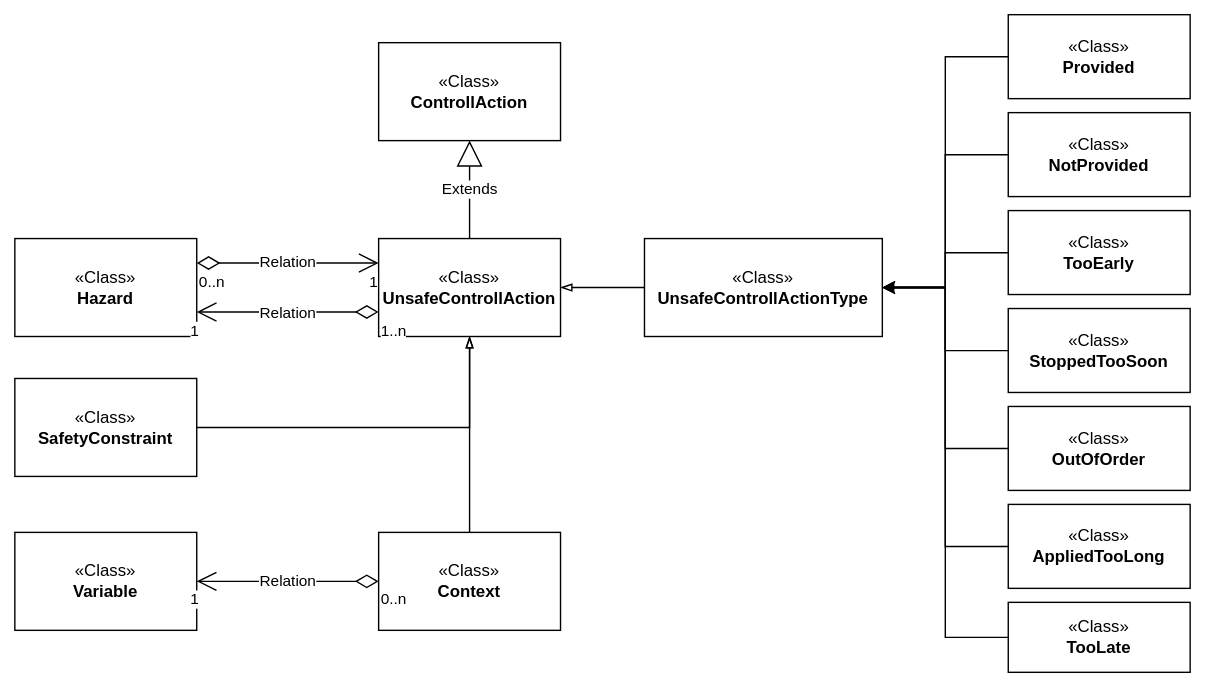
This is img/STPA_step3.drawio.svg from Micro-STAMP/MicroSTAMP-Step3-Backend, a draw.io export, as it was before one commit. Source tidied: cells renumbered, new cells last; positions are measured from the earlier drawing's top-left corner, leaving out a move shared by most shapes.
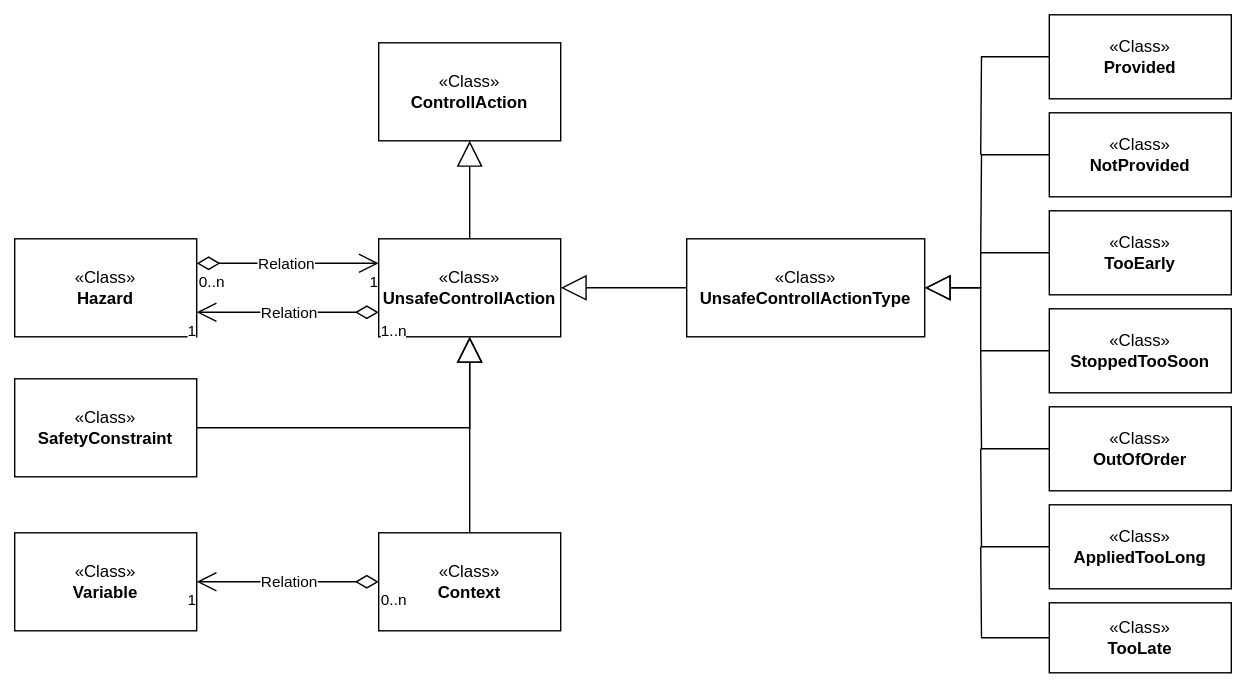
Above is the later version.

Commit message:
Atualizando os diagramas

Change to the diagram source:
```diff
@@ -11,7 +11,7 @@
     <mxCell id="4" value="«Class»&lt;br&gt;&lt;b&gt;ControllAction&lt;/b&gt;" style="html=1;whiteSpace=wrap;" parent="1" vertex="1">
       <mxGeometry x="260" y="20" width="130" height="70" as="geometry" />
     </mxCell>
-    <mxCell id="5" value="Extends" style="endArrow=block;endSize=16;endFill=0;html=1;rounded=0;entryX=0.5;entryY=1;entryDx=0;entryDy=0;exitX=0.5;exitY=0;exitDx=0;exitDy=0;" parent="1" edge="1" source="3" target="4">
+    <mxCell id="5" style="endArrow=block;endSize=16;endFill=0;html=1;rounded=0;entryX=0.5;entryY=1;entryDx=0;entryDy=0;exitX=0.5;exitY=0;exitDx=0;exitDy=0;" parent="1" edge="1" source="3" target="4">
       <mxGeometry relative="1" as="geometry" />
     </mxCell>
     <mxCell id="6" value="Relation" style="endArrow=open;html=1;endSize=12;startArrow=diamondThin;startSize=14;startFill=0;edgeStyle=orthogonalEdgeStyle;rounded=0;exitX=1;exitY=0.25;exitDx=0;exitDy=0;entryX=0;entryY=0.25;entryDx=0;entryDy=0;" parent="1" edge="1" source="2" target="3">
@@ -32,81 +32,101 @@
     <mxCell id="11" value="1" style="edgeLabel;html=1;align=right;verticalAlign=top;" parent="9" vertex="1">
       <mxGeometry x="1" relative="1" as="geometry" />
     </mxCell>
-    <mxCell id="12" style="edgeStyle=orthogonalEdgeStyle;rounded=0;jettySize=auto;html=1;entryX=1;entryY=0.5;entryDx=0;entryDy=0;endArrow=blockThin;endFill=0;" parent="1" edge="1" source="13" target="3">
-      <mxGeometry relative="1" as="geometry" />
+    <mxCell id="12" value="«Class»&lt;br&gt;&lt;b&gt;UnsafeControllActionType&lt;/b&gt;" style="html=1;whiteSpace=wrap;" parent="1" vertex="1">
+      <mxGeometry x="480" y="160" width="170" height="70" as="geometry" />
     </mxCell>
-    <mxCell id="13" value="«Class»&lt;br&gt;&lt;b&gt;UnsafeControllActionType&lt;/b&gt;" style="html=1;whiteSpace=wrap;" parent="1" vertex="1">
-      <mxGeometry x="450" y="160" width="170" height="70" as="geometry" />
+    <mxCell id="13" style="edgeStyle=orthogonalEdgeStyle;rounded=0;jettySize=auto;html=1;exitX=0;exitY=0.5;exitDx=0;exitDy=0;endArrow=none;endFill=0;" parent="1" edge="1" source="14">
+      <mxGeometry relative="1" as="geometry">
+        <mxPoint x="690" y="100" as="targetPoint" />
+      </mxGeometry>
     </mxCell>
-    <mxCell id="14" style="edgeStyle=orthogonalEdgeStyle;rounded=0;jettySize=auto;html=1;entryX=1;entryY=0.5;entryDx=0;entryDy=0;" parent="1" edge="1" source="15" target="13">
-      <mxGeometry relative="1" as="geometry" />
+    <mxCell id="14" value="«Class»&lt;br&gt;&lt;b&gt;Provided&lt;/b&gt;" style="html=1;whiteSpace=wrap;" parent="1" vertex="1">
+      <mxGeometry x="739" width="130" height="60" as="geometry" />
     </mxCell>
-    <mxCell id="15" value="«Class»&lt;br&gt;&lt;b&gt;Provided&lt;/b&gt;" style="html=1;whiteSpace=wrap;" parent="1" vertex="1">
-      <mxGeometry x="710" width="130" height="60" as="geometry" />
+    <mxCell id="15" style="edgeStyle=orthogonalEdgeStyle;rounded=0;jettySize=auto;html=1;exitX=0;exitY=0.5;exitDx=0;exitDy=0;endArrow=none;endFill=0;" parent="1" edge="1" source="16">
+      <mxGeometry relative="1" as="geometry">
+        <mxPoint x="690" y="310" as="targetPoint" />
+      </mxGeometry>
     </mxCell>
-    <mxCell id="16" style="edgeStyle=orthogonalEdgeStyle;rounded=0;jettySize=auto;html=1;entryX=1;entryY=0.5;entryDx=0;entryDy=0;" parent="1" edge="1" source="17" target="13">
-      <mxGeometry relative="1" as="geometry" />
+    <mxCell id="16" value="«Class»&lt;br&gt;&lt;b&gt;AppliedTooLong&lt;/b&gt;" style="html=1;whiteSpace=wrap;" parent="1" vertex="1">
+      <mxGeometry x="739" y="350" width="130" height="60" as="geometry" />
     </mxCell>
-    <mxCell id="17" value="«Class»&lt;br&gt;&lt;b&gt;AppliedTooLong&lt;/b&gt;" style="html=1;whiteSpace=wrap;" parent="1" vertex="1">
-      <mxGeometry x="710" y="350" width="130" height="60" as="geometry" />
+    <mxCell id="17" value="«Class»&lt;br&gt;&lt;b&gt;TooEarly&lt;/b&gt;" style="html=1;whiteSpace=wrap;" parent="1" vertex="1">
+      <mxGeometry x="739" y="140" width="130" height="60" as="geometry" />
     </mxCell>
-    <mxCell id="18" style="edgeStyle=orthogonalEdgeStyle;rounded=0;jettySize=auto;html=1;entryX=1;entryY=0.5;entryDx=0;entryDy=0;" parent="1" edge="1" source="19" target="13">
-      <mxGeometry relative="1" as="geometry" />
+    <mxCell id="18" style="edgeStyle=orthogonalEdgeStyle;rounded=0;jettySize=auto;html=1;exitX=0;exitY=0.5;exitDx=0;exitDy=0;endArrow=none;endFill=0;" parent="1" edge="1" source="19">
+      <mxGeometry relative="1" as="geometry">
+        <mxPoint x="690" y="170" as="targetPoint" />
+      </mxGeometry>
     </mxCell>
-    <mxCell id="19" value="«Class»&lt;br&gt;&lt;b&gt;TooEarly&lt;/b&gt;" style="html=1;whiteSpace=wrap;" parent="1" vertex="1">
-      <mxGeometry x="710" y="140" width="130" height="60" as="geometry" />
+    <mxCell id="19" value="«Class»&lt;br&gt;&lt;b&gt;NotProvided&lt;/b&gt;" style="html=1;whiteSpace=wrap;" parent="1" vertex="1">
+      <mxGeometry x="739" y="70" width="130" height="60" as="geometry" />
     </mxCell>
-    <mxCell id="20" style="edgeStyle=orthogonalEdgeStyle;rounded=0;jettySize=auto;html=1;entryX=1;entryY=0.5;entryDx=0;entryDy=0;" parent="1" edge="1" source="21" target="13">
-      <mxGeometry relative="1" as="geometry" />
+    <mxCell id="20" value="«Class»&lt;br&gt;&lt;b&gt;StoppedTooSoon&lt;/b&gt;" style="html=1;whiteSpace=wrap;" parent="1" vertex="1">
+      <mxGeometry x="739" y="210" width="130" height="60" as="geometry" />
     </mxCell>
-    <mxCell id="21" value="«Class»&lt;br&gt;&lt;b&gt;NotProvided&lt;/b&gt;" style="html=1;whiteSpace=wrap;" parent="1" vertex="1">
-      <mxGeometry x="710" y="70" width="130" height="60" as="geometry" />
+    <mxCell id="21" style="edgeStyle=orthogonalEdgeStyle;rounded=0;jettySize=auto;html=1;exitX=0;exitY=0.5;exitDx=0;exitDy=0;endArrow=none;endFill=0;" parent="1" edge="1" source="22">
+      <mxGeometry relative="1" as="geometry">
+        <mxPoint x="690" y="380" as="targetPoint" />
+      </mxGeometry>
     </mxCell>
-    <mxCell id="22" style="edgeStyle=orthogonalEdgeStyle;rounded=0;jettySize=auto;html=1;entryX=1;entryY=0.5;entryDx=0;entryDy=0;" parent="1" edge="1" source="23" target="13">
-      <mxGeometry relative="1" as="geometry" />
+    <mxCell id="22" value="«Class»&lt;br&gt;&lt;b&gt;TooLate&lt;/b&gt;" style="html=1;whiteSpace=wrap;" parent="1" vertex="1">
+      <mxGeometry x="739" y="420" width="130" height="50" as="geometry" />
     </mxCell>
-    <mxCell id="23" value="«Class»&lt;br&gt;&lt;b&gt;StoppedTooSoon&lt;/b&gt;" style="html=1;whiteSpace=wrap;" parent="1" vertex="1">
-      <mxGeometry x="710" y="210" width="130" height="60" as="geometry" />
+    <mxCell id="23" style="edgeStyle=orthogonalEdgeStyle;rounded=0;jettySize=auto;html=1;exitX=0;exitY=0.5;exitDx=0;exitDy=0;endArrow=none;endFill=0;" parent="1" edge="1" source="24">
+      <mxGeometry relative="1" as="geometry">
+        <mxPoint x="690" y="240" as="targetPoint" />
+      </mxGeometry>
     </mxCell>
-    <mxCell id="24" style="edgeStyle=orthogonalEdgeStyle;rounded=0;jettySize=auto;html=1;entryX=1;entryY=0.5;entryDx=0;entryDy=0;" parent="1" edge="1" source="25" target="13">
-      <mxGeometry relative="1" as="geometry" />
+    <mxCell id="24" value="«Class»&lt;br&gt;&lt;b&gt;OutOfOrder&lt;/b&gt;" style="html=1;whiteSpace=wrap;" parent="1" vertex="1">
+      <mxGeometry x="739" y="280" width="130" height="60" as="geometry" />
     </mxCell>
-    <mxCell id="25" value="«Class»&lt;br&gt;&lt;b&gt;TooLate&lt;/b&gt;" style="html=1;whiteSpace=wrap;" parent="1" vertex="1">
-      <mxGeometry x="710" y="420" width="130" height="50" as="geometry" />
+    <mxCell id="25" value="«Class»&lt;br&gt;&lt;b&gt;SafetyConstraint&lt;/b&gt;" style="html=1;whiteSpace=wrap;" parent="1" vertex="1">
+      <mxGeometry y="260" width="130" height="70" as="geometry" />
     </mxCell>
-    <mxCell id="26" style="edgeStyle=orthogonalEdgeStyle;rounded=0;jettySize=auto;html=1;entryX=1;entryY=0.5;entryDx=0;entryDy=0;endArrow=block;endFill=0;" parent="1" edge="1" source="27" target="13">
-      <mxGeometry relative="1" as="geometry" />
+    <mxCell id="26" value="«Class»&lt;br&gt;&lt;b&gt;Context&lt;/b&gt;" style="html=1;whiteSpace=wrap;" parent="1" vertex="1">
+      <mxGeometry x="260" y="370" width="130" height="70" as="geometry" />
     </mxCell>
-    <mxCell id="27" value="«Class»&lt;br&gt;&lt;b&gt;OutOfOrder&lt;/b&gt;" style="html=1;whiteSpace=wrap;" parent="1" vertex="1">
-      <mxGeometry x="710" y="280" width="130" height="60" as="geometry" />
+    <mxCell id="27" value="«Class»&lt;br&gt;&lt;b&gt;Variable&lt;/b&gt;" style="html=1;whiteSpace=wrap;" parent="1" vertex="1">
+      <mxGeometry y="370" width="130" height="70" as="geometry" />
     </mxCell>
-    <mxCell id="28" style="edgeStyle=orthogonalEdgeStyle;rounded=0;jettySize=auto;html=1;entryX=0.5;entryY=1;entryDx=0;entryDy=0;endArrow=blockThin;endFill=0;" parent="1" edge="1" source="29" target="3">
-      <mxGeometry relative="1" as="geometry">
-        <Array as="points">
-          <mxPoint x="325" y="295" />
-        </Array>
-      </mxGeometry>
+    <mxCell id="28" value="Relation" style="endArrow=open;html=1;endSize=12;startArrow=diamondThin;startSize=14;startFill=0;edgeStyle=orthogonalEdgeStyle;rounded=0;exitX=0;exitY=0.5;exitDx=0;exitDy=0;entryX=1;entryY=0.5;entryDx=0;entryDy=0;" parent="1" edge="1" source="26" target="27">
+      <mxGeometry relative="1" as="geometry" />
     </mxCell>
-    <mxCell id="29" value="«Class»&lt;br&gt;&lt;b&gt;SafetyConstraint&lt;/b&gt;" style="html=1;whiteSpace=wrap;" parent="1" vertex="1">
-      <mxGeometry y="260" width="130" height="70" as="geometry" />
+    <mxCell id="29" value="0..n" style="edgeLabel;html=1;align=left;verticalAlign=top;" parent="28" vertex="1">
+      <mxGeometry x="-1" relative="1" as="geometry" />
     </mxCell>
-    <mxCell id="30" style="edgeStyle=orthogonalEdgeStyle;rounded=0;jettySize=auto;html=1;endArrow=blockThin;endFill=0;entryX=0.5;entryY=1;entryDx=0;entryDy=0;" parent="1" edge="1" source="31" target="3">
-      <mxGeometry relative="1" as="geometry" />
+    <mxCell id="30" value="1" style="edgeLabel;html=1;align=right;verticalAlign=top;" parent="28" vertex="1">
+      <mxGeometry x="1" relative="1" as="geometry" />
     </mxCell>
-    <mxCell id="31" value="«Class»&lt;br&gt;&lt;b&gt;Context&lt;/b&gt;" style="html=1;whiteSpace=wrap;" parent="1" vertex="1">
-      <mxGeometry x="260" y="370" width="130" height="70" as="geometry" />
+    <mxCell id="31" style="endArrow=block;endSize=16;endFill=0;html=1;rounded=0;exitX=1;exitY=0.5;exitDx=0;exitDy=0;entryX=0.5;entryY=1;entryDx=0;entryDy=0;" parent="1" edge="1" source="25" target="3">
+      <mxGeometry relative="1" as="geometry">
+        <Array as="points">
+          <mxPoint x="325" y="295" />
+        </Array>
+      </mxGeometry>
     </mxCell>
-    <mxCell id="32" value="«Class»&lt;br&gt;&lt;b&gt;Variable&lt;/b&gt;" style="html=1;whiteSpace=wrap;" parent="1" vertex="1">
-      <mxGeometry y="370" width="130" height="70" as="geometry" />
+    <mxCell id="32" style="endArrow=block;endSize=16;endFill=0;html=1;rounded=0;entryX=1;entryY=0.5;entryDx=0;entryDy=0;exitX=0;exitY=0.5;exitDx=0;exitDy=0;" parent="1" edge="1" source="12" target="3">
+      <mxGeometry relative="1" as="geometry" />
     </mxCell>
-    <mxCell id="33" value="Relation" style="endArrow=open;html=1;endSize=12;startArrow=diamondThin;startSize=14;startFill=0;edgeStyle=orthogonalEdgeStyle;rounded=0;exitX=0;exitY=0.5;exitDx=0;exitDy=0;entryX=1;entryY=0.5;entryDx=0;entryDy=0;" parent="1" edge="1" source="31" target="32">
+    <mxCell id="33" style="endArrow=block;endSize=16;endFill=0;html=1;rounded=0;entryX=0.5;entryY=1;entryDx=0;entryDy=0;exitX=0.5;exitY=0;exitDx=0;exitDy=0;" parent="1" edge="1" source="26" target="3">
       <mxGeometry relative="1" as="geometry" />
     </mxCell>
-    <mxCell id="34" value="0..n" style="edgeLabel;html=1;align=left;verticalAlign=top;" parent="33" vertex="1">
-      <mxGeometry x="-1" relative="1" as="geometry" />
+    <mxCell id="34" style="endArrow=block;endSize=16;endFill=0;html=1;rounded=0;exitX=0;exitY=0.5;exitDx=0;exitDy=0;entryX=1;entryY=0.5;entryDx=0;entryDy=0;" parent="1" edge="1" source="17" target="12">
+      <mxGeometry relative="1" as="geometry">
+        <Array as="points">
+          <mxPoint x="690" y="170" />
+          <mxPoint x="690" y="195" />
+        </Array>
+      </mxGeometry>
     </mxCell>
-    <mxCell id="35" value="1" style="edgeLabel;html=1;align=right;verticalAlign=top;" parent="33" vertex="1">
-      <mxGeometry x="1" relative="1" as="geometry" />
+    <mxCell id="35" style="endArrow=block;endSize=16;endFill=0;html=1;rounded=0;exitX=0;exitY=0.5;exitDx=0;exitDy=0;entryX=1;entryY=0.5;entryDx=0;entryDy=0;" parent="1" edge="1" source="20" target="12">
+      <mxGeometry relative="1" as="geometry">
+        <Array as="points">
+          <mxPoint x="690" y="240" />
+          <mxPoint x="690" y="195" />
+        </Array>
+      </mxGeometry>
     </mxCell>
   </root>
 </mxGraphModel>
```
